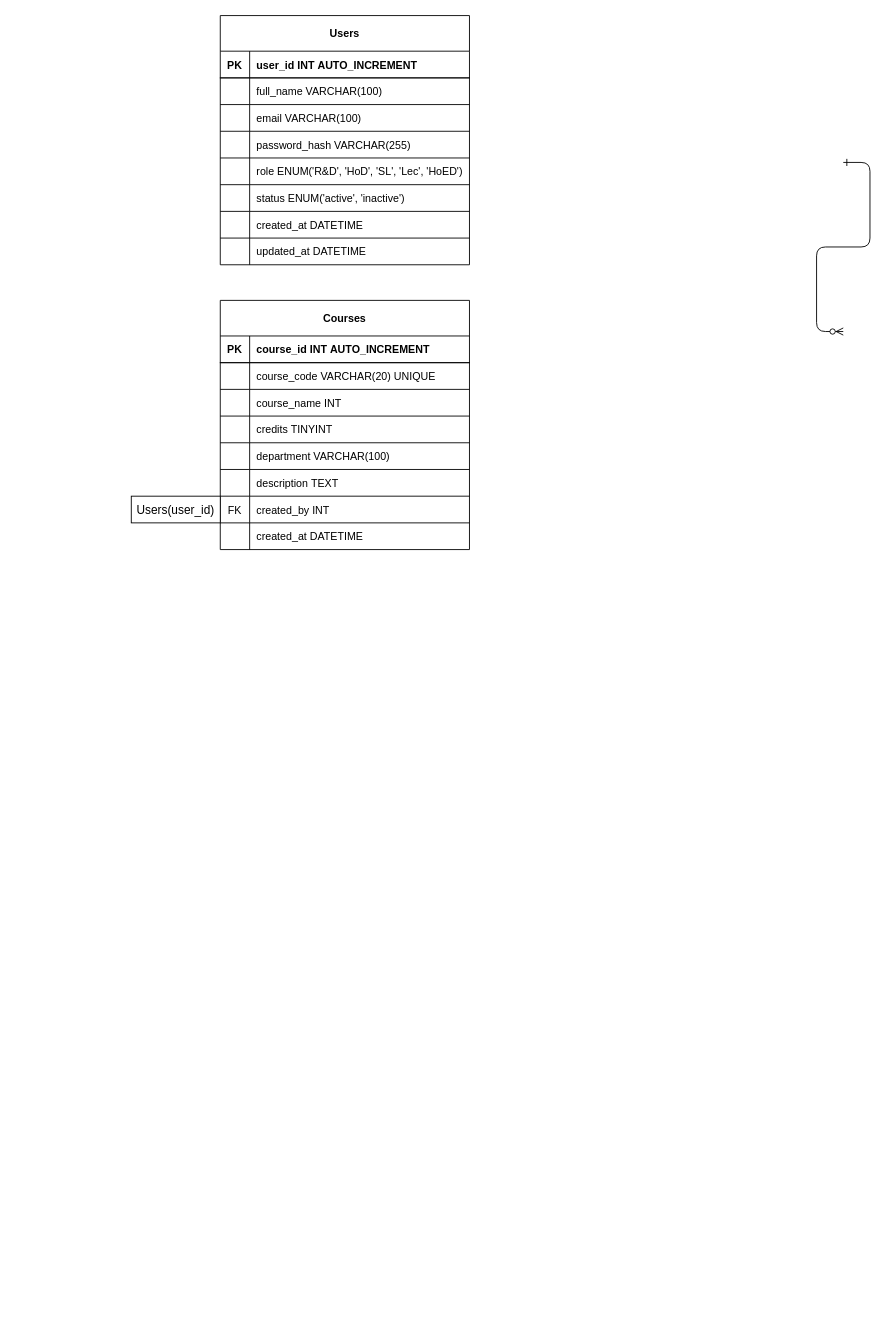
Above: docs/diagrams/ERD/ERD_QuizTest.drawio in HaojackYT/Question-Bank-Checking-Application-QuizClear (draw.io), before the change. Source tidied: cells renumbered, new cells numbered last; positions are measured from the earlier drawing's top-left corner, leaving out a move shared by most shapes. Both pictures are drawn from the tidied source at 89%, with x=0, y=0 at pixel (131, 15).
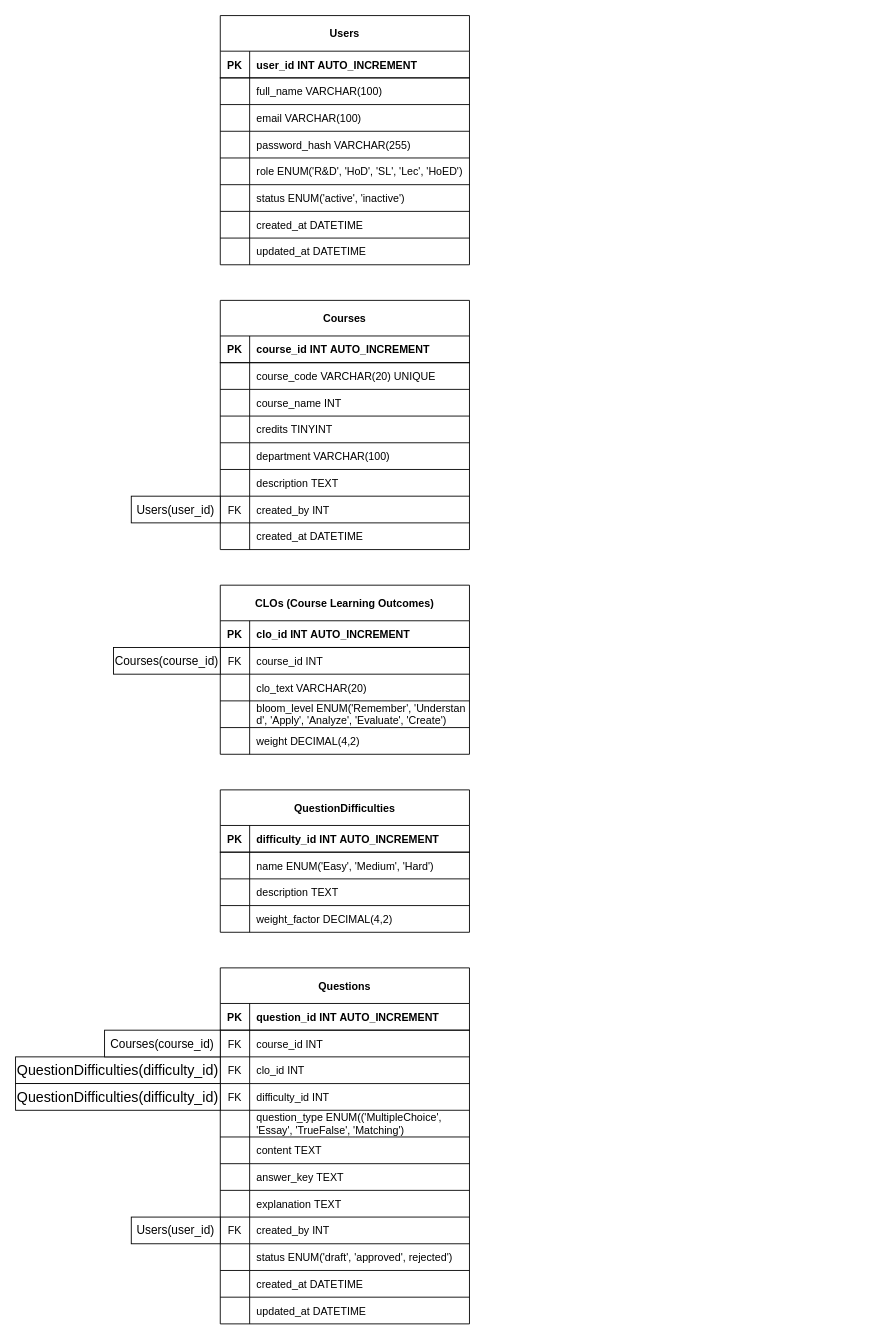
The same page after the edit.

Commit message:
Added entity CLOs, QuestionDifficulties, Questions

The edit, as a diff of the source:
```diff
@@
-    <mxCell id="2" style="edgeStyle=entityRelationEdgeStyle;endArrow=ERzeroToMany;startArrow=ERone;endFill=1;startFill=0;fontSize=12;" parent="1" edge="1">
-      <mxGeometry relative="1" as="geometry">
-        <mxPoint x="800" y="165" as="sourcePoint" />
-        <mxPoint x="800" y="355" as="targetPoint" />
-      </mxGeometry>
-    </mxCell>
@@
+    <mxCell id="54" value="CLOs (Course Learning Outcomes)" style="shape=table;startSize=40;childLayout=tableLayout;rowLines=1;fontStyle=1;align=center;swimlaneLine=1;fixDash=0;shadow=0;fontSize=12;" parent="1" vertex="1">
+      <mxGeometry x="100" y="640" width="280" height="190" as="geometry" />
+    </mxCell>
+    <mxCell id="55" style="shape=partialRectangle;fillColor=none;top=0;left=0;right=0;bottom=1;fixDash=0;shadow=0;fontSize=12;" parent="54" vertex="1">
+      <mxGeometry y="40" width="280" height="30" as="geometry" />
+    </mxCell>
+    <mxCell id="56" value="PK" style="shape=partialRectangle;overflow=hidden;fillColor=none;top=0;left=0;bottom=0;right=0;fontStyle=1;fixDash=0;shadow=0;fontSize=12;" parent="55" vertex="1">
+      <mxGeometry width="33" height="30" as="geometry" />
+    </mxCell>
+    <mxCell id="57" value="clo_id INT AUTO_INCREMENT" style="shape=partialRectangle;overflow=hidden;fillColor=none;top=0;left=0;bottom=0;right=0;align=left;spacingLeft=6;fontStyle=1;fixDash=0;shadow=0;fontSize=12;" parent="55" vertex="1">
+      <mxGeometry x="33" width="247" height="30" as="geometry" />
+    </mxCell>
+    <mxCell id="58" style="shape=partialRectangle;fillColor=none;top=0;left=0;right=0;bottom=0;fixDash=0;shadow=0;fontSize=12;" parent="54" vertex="1">
+      <mxGeometry y="70" width="280" height="30" as="geometry" />
+    </mxCell>
+    <mxCell id="59" value="FK" style="shape=partialRectangle;overflow=hidden;fillColor=none;top=0;left=0;bottom=0;right=0;fixDash=0;shadow=0;fontSize=12;" parent="58" vertex="1">
+      <mxGeometry width="33" height="30" as="geometry" />
+    </mxCell>
+    <mxCell id="60" value="course_id INT" style="shape=partialRectangle;overflow=hidden;fillColor=none;top=0;left=0;bottom=0;right=0;align=left;spacingLeft=6;fixDash=0;shadow=0;fontSize=12;" parent="58" vertex="1">
+      <mxGeometry x="33" width="247" height="30" as="geometry" />
+    </mxCell>
+    <mxCell id="61" style="shape=partialRectangle;fillColor=none;top=0;left=0;right=0;bottom=0;fixDash=0;shadow=0;fontSize=12;" parent="54" vertex="1">
+      <mxGeometry y="100" width="280" height="30" as="geometry" />
+    </mxCell>
+    <mxCell id="62" style="shape=partialRectangle;overflow=hidden;fillColor=none;top=0;left=0;bottom=0;right=0;fixDash=0;shadow=0;fontSize=12;" parent="61" vertex="1">
+      <mxGeometry width="33" height="30" as="geometry" />
+    </mxCell>
+    <mxCell id="63" value="clo_text VARCHAR(20)" style="shape=partialRectangle;overflow=hidden;fillColor=none;top=0;left=0;bottom=0;right=0;align=left;spacingLeft=6;fixDash=0;shadow=0;fontSize=12;" parent="61" vertex="1">
+      <mxGeometry x="33" width="247" height="30" as="geometry" />
+    </mxCell>
+    <mxCell id="64" style="shape=partialRectangle;fillColor=none;top=0;left=0;right=0;bottom=0;fixDash=0;shadow=0;fontSize=12;" parent="54" vertex="1">
+      <mxGeometry y="130" width="280" height="30" as="geometry" />
+    </mxCell>
+    <mxCell id="65" style="shape=partialRectangle;overflow=hidden;fillColor=none;top=0;left=0;bottom=0;right=0;fixDash=0;shadow=0;fontSize=12;" parent="64" vertex="1">
+      <mxGeometry width="33" height="30" as="geometry" />
+    </mxCell>
+    <mxCell id="66" value="bloom_level ENUM('Remember', 'Understan&#10;d', 'Apply', 'Analyze', 'Evaluate', 'Create')" style="shape=partialRectangle;overflow=hidden;fillColor=none;top=0;left=0;bottom=0;right=0;align=left;spacingLeft=6;fixDash=0;shadow=0;fontSize=12;" parent="64" vertex="1">
+      <mxGeometry x="33" width="247" height="30" as="geometry" />
+    </mxCell>
+    <mxCell id="67" style="shape=partialRectangle;fillColor=none;top=0;left=0;right=0;bottom=0;fixDash=0;shadow=0;fontSize=12;" parent="54" vertex="1">
+      <mxGeometry y="160" width="280" height="30" as="geometry" />
+    </mxCell>
+    <mxCell id="68" style="shape=partialRectangle;overflow=hidden;fillColor=none;top=0;left=0;bottom=0;right=0;fixDash=0;shadow=0;fontSize=12;" parent="67" vertex="1">
+      <mxGeometry width="33" height="30" as="geometry" />
+    </mxCell>
+    <mxCell id="69" value="weight DECIMAL(4,2)" style="shape=partialRectangle;overflow=hidden;fillColor=none;top=0;left=0;bottom=0;right=0;align=left;spacingLeft=6;fixDash=0;shadow=0;fontSize=12;" parent="67" vertex="1">
+      <mxGeometry x="33" width="247" height="30" as="geometry" />
+    </mxCell>
+    <mxCell id="70" value="&lt;span data-lucid-content=&quot;{&amp;quot;t&amp;quot;:&amp;quot;Courses(course_id)&amp;quot;,&amp;quot;m&amp;quot;:[{&amp;quot;s&amp;quot;:0,&amp;quot;n&amp;quot;:&amp;quot;a&amp;quot;,&amp;quot;v&amp;quot;:&amp;quot;center&amp;quot;},{&amp;quot;s&amp;quot;:0,&amp;quot;n&amp;quot;:&amp;quot;od&amp;quot;,&amp;quot;v&amp;quot;:1},{&amp;quot;s&amp;quot;:0,&amp;quot;n&amp;quot;:&amp;quot;p&amp;quot;,&amp;quot;v&amp;quot;:0.9583333333333333},{&amp;quot;s&amp;quot;:0,&amp;quot;n&amp;quot;:&amp;quot;fc&amp;quot;,&amp;quot;v&amp;quot;:&amp;quot;Regular&amp;quot;,&amp;quot;e&amp;quot;:18},{&amp;quot;s&amp;quot;:0,&amp;quot;n&amp;quot;:&amp;quot;fid&amp;quot;,&amp;quot;v&amp;quot;:947029,&amp;quot;e&amp;quot;:18},{&amp;quot;s&amp;quot;:0,&amp;quot;n&amp;quot;:&amp;quot;s&amp;quot;,&amp;quot;v&amp;quot;:17.77777777777778,&amp;quot;e&amp;quot;:18}]}&quot;&gt;&lt;span style=&quot;font-size:13.333333333333336px;&quot;&gt;Courses(course_id)&lt;/span&gt;&lt;/span&gt;" style="rounded=0;whiteSpace=wrap;html=1;" parent="1" vertex="1">
+      <mxGeometry x="-20" y="710" width="120" height="30" as="geometry" />
+    </mxCell>
+    <mxCell id="71" value="QuestionDifficulties" style="shape=table;startSize=40;childLayout=tableLayout;rowLines=1;fontStyle=1;align=center;swimlaneLine=1;fixDash=0;shadow=0;fontSize=12;" parent="1" vertex="1">
+      <mxGeometry x="100" y="870" width="280" height="160" as="geometry" />
+    </mxCell>
+    <mxCell id="72" style="shape=partialRectangle;fillColor=none;top=0;left=0;right=0;bottom=1;fixDash=0;shadow=0;fontSize=12;" parent="71" vertex="1">
+      <mxGeometry y="40" width="280" height="30" as="geometry" />
+    </mxCell>
+    <mxCell id="73" value="PK" style="shape=partialRectangle;overflow=hidden;fillColor=none;top=0;left=0;bottom=0;right=0;fontStyle=1;fixDash=0;shadow=0;fontSize=12;" parent="72" vertex="1">
+      <mxGeometry width="33" height="30" as="geometry" />
+    </mxCell>
+    <mxCell id="74" value="difficulty_id INT AUTO_INCREMENT" style="shape=partialRectangle;overflow=hidden;fillColor=none;top=0;left=0;bottom=0;right=0;align=left;spacingLeft=6;fontStyle=1;fixDash=0;shadow=0;fontSize=12;" parent="72" vertex="1">
+      <mxGeometry x="33" width="247" height="30" as="geometry" />
+    </mxCell>
+    <mxCell id="75" style="shape=partialRectangle;fillColor=none;top=0;left=0;right=0;bottom=0;fixDash=0;shadow=0;fontSize=12;" parent="71" vertex="1">
+      <mxGeometry y="70" width="280" height="30" as="geometry" />
+    </mxCell>
+    <mxCell id="76" style="shape=partialRectangle;overflow=hidden;fillColor=none;top=0;left=0;bottom=0;right=0;fixDash=0;shadow=0;fontSize=12;" parent="75" vertex="1">
+      <mxGeometry width="33" height="30" as="geometry" />
+    </mxCell>
+    <mxCell id="77" value="name ENUM('Easy', 'Medium', 'Hard')" style="shape=partialRectangle;overflow=hidden;fillColor=none;top=0;left=0;bottom=0;right=0;align=left;spacingLeft=6;fixDash=0;shadow=0;fontSize=12;" parent="75" vertex="1">
+      <mxGeometry x="33" width="247" height="30" as="geometry" />
+    </mxCell>
+    <mxCell id="78" style="shape=partialRectangle;fillColor=none;top=0;left=0;right=0;bottom=0;fixDash=0;shadow=0;fontSize=12;" parent="71" vertex="1">
+      <mxGeometry y="100" width="280" height="30" as="geometry" />
+    </mxCell>
+    <mxCell id="79" style="shape=partialRectangle;overflow=hidden;fillColor=none;top=0;left=0;bottom=0;right=0;fixDash=0;shadow=0;fontSize=12;" parent="78" vertex="1">
+      <mxGeometry width="33" height="30" as="geometry" />
+    </mxCell>
+    <mxCell id="80" value="description TEXT" style="shape=partialRectangle;overflow=hidden;fillColor=none;top=0;left=0;bottom=0;right=0;align=left;spacingLeft=6;fixDash=0;shadow=0;fontSize=12;" parent="78" vertex="1">
+      <mxGeometry x="33" width="247" height="30" as="geometry" />
+    </mxCell>
+    <mxCell id="81" style="shape=partialRectangle;fillColor=none;top=0;left=0;right=0;bottom=0;fixDash=0;shadow=0;fontSize=12;" parent="71" vertex="1">
+      <mxGeometry y="130" width="280" height="30" as="geometry" />
+    </mxCell>
+    <mxCell id="82" style="shape=partialRectangle;overflow=hidden;fillColor=none;top=0;left=0;bottom=0;right=0;fixDash=0;shadow=0;fontSize=12;" parent="81" vertex="1">
+      <mxGeometry width="33" height="30" as="geometry" />
+    </mxCell>
+    <mxCell id="83" value="weight_factor DECIMAL(4,2)" style="shape=partialRectangle;overflow=hidden;fillColor=none;top=0;left=0;bottom=0;right=0;align=left;spacingLeft=6;fixDash=0;shadow=0;fontSize=12;" parent="81" vertex="1">
+      <mxGeometry x="33" width="247" height="30" as="geometry" />
+    </mxCell>
+    <mxCell id="84" value="Questions" style="shape=table;startSize=40;childLayout=tableLayout;rowLines=1;fontStyle=1;align=center;swimlaneLine=1;fixDash=0;shadow=0;fontSize=12;" parent="1" vertex="1">
+      <mxGeometry x="100" y="1070" width="280" height="400" as="geometry" />
+    </mxCell>
+    <mxCell id="85" style="shape=partialRectangle;fillColor=none;top=0;left=0;right=0;bottom=1;fixDash=0;shadow=0;fontSize=12;" parent="84" vertex="1">
+      <mxGeometry y="40" width="280" height="30" as="geometry" />
+    </mxCell>
+    <mxCell id="86" value="PK" style="shape=partialRectangle;overflow=hidden;fillColor=none;top=0;left=0;bottom=0;right=0;fontStyle=1;fixDash=0;shadow=0;fontSize=12;" parent="85" vertex="1">
+      <mxGeometry width="33" height="30" as="geometry" />
+    </mxCell>
+    <mxCell id="87" value="question_id INT AUTO_INCREMENT" style="shape=partialRectangle;overflow=hidden;fillColor=none;top=0;left=0;bottom=0;right=0;align=left;spacingLeft=6;fontStyle=1;fixDash=0;shadow=0;fontSize=12;" parent="85" vertex="1">
+      <mxGeometry x="33" width="247" height="30" as="geometry" />
+    </mxCell>
+    <mxCell id="88" style="shape=partialRectangle;fillColor=none;top=0;left=0;right=0;bottom=0;fixDash=0;shadow=0;fontSize=12;" parent="84" vertex="1">
+      <mxGeometry y="70" width="280" height="30" as="geometry" />
+    </mxCell>
+    <mxCell id="89" value="FK" style="shape=partialRectangle;overflow=hidden;fillColor=none;top=0;left=0;bottom=0;right=0;fixDash=0;shadow=0;fontSize=12;" parent="88" vertex="1">
+      <mxGeometry width="33" height="30" as="geometry" />
+    </mxCell>
+    <mxCell id="90" value="course_id INT" style="shape=partialRectangle;overflow=hidden;fillColor=none;top=0;left=0;bottom=0;right=0;align=left;spacingLeft=6;fixDash=0;shadow=0;fontSize=12;" parent="88" vertex="1">
+      <mxGeometry x="33" width="247" height="30" as="geometry" />
+    </mxCell>
+    <mxCell id="91" style="shape=partialRectangle;fillColor=none;top=0;left=0;right=0;bottom=0;fixDash=0;shadow=0;fontSize=12;" parent="84" vertex="1">
+      <mxGeometry y="100" width="280" height="30" as="geometry" />
+    </mxCell>
+    <mxCell id="92" value="FK" style="shape=partialRectangle;overflow=hidden;fillColor=none;top=0;left=0;bottom=0;right=0;fixDash=0;shadow=0;fontSize=12;" parent="91" vertex="1">
+      <mxGeometry width="33" height="30" as="geometry" />
+    </mxCell>
+    <mxCell id="93" value="clo_id INT" style="shape=partialRectangle;overflow=hidden;fillColor=none;top=0;left=0;bottom=0;right=0;align=left;spacingLeft=6;fixDash=0;shadow=0;fontSize=12;" parent="91" vertex="1">
+      <mxGeometry x="33" width="247" height="30" as="geometry" />
+    </mxCell>
+    <mxCell id="94" style="shape=partialRectangle;fillColor=none;top=0;left=0;right=0;bottom=0;fixDash=0;shadow=0;fontSize=12;" parent="84" vertex="1">
+      <mxGeometry y="130" width="280" height="30" as="geometry" />
+    </mxCell>
+    <mxCell id="95" value="FK" style="shape=partialRectangle;overflow=hidden;fillColor=none;top=0;left=0;bottom=0;right=0;fixDash=0;shadow=0;fontSize=12;" parent="94" vertex="1">
+      <mxGeometry width="33" height="30" as="geometry" />
+    </mxCell>
+    <mxCell id="96" value="difficulty_id INT" style="shape=partialRectangle;overflow=hidden;fillColor=none;top=0;left=0;bottom=0;right=0;align=left;spacingLeft=6;fixDash=0;shadow=0;fontSize=12;" parent="94" vertex="1">
+      <mxGeometry x="33" width="247" height="30" as="geometry" />
+    </mxCell>
+    <mxCell id="97" style="shape=partialRectangle;fillColor=none;top=0;left=0;right=0;bottom=0;fixDash=0;shadow=0;fontSize=12;" parent="84" vertex="1">
+      <mxGeometry y="160" width="280" height="30" as="geometry" />
+    </mxCell>
+    <mxCell id="98" style="shape=partialRectangle;overflow=hidden;fillColor=none;top=0;left=0;bottom=0;right=0;fixDash=0;shadow=0;fontSize=12;" parent="97" vertex="1">
+      <mxGeometry width="33" height="30" as="geometry" />
+    </mxCell>
+    <mxCell id="99" value="question_type ENUM(('MultipleChoice',&#10;'Essay', 'TrueFalse', 'Matching')" style="shape=partialRectangle;overflow=hidden;fillColor=none;top=0;left=0;bottom=0;right=0;align=left;spacingLeft=6;fixDash=0;shadow=0;fontSize=12;" parent="97" vertex="1">
+      <mxGeometry x="33" width="247" height="30" as="geometry" />
+    </mxCell>
+    <mxCell id="100" style="shape=partialRectangle;fillColor=none;top=0;left=0;right=0;bottom=0;fixDash=0;shadow=0;fontSize=12;" parent="84" vertex="1">
+      <mxGeometry y="190" width="280" height="30" as="geometry" />
+    </mxCell>
+    <mxCell id="101" style="shape=partialRectangle;overflow=hidden;fillColor=none;top=0;left=0;bottom=0;right=0;fixDash=0;shadow=0;fontSize=12;" parent="100" vertex="1">
+      <mxGeometry width="33" height="30" as="geometry" />
+    </mxCell>
+    <mxCell id="102" value="content TEXT" style="shape=partialRectangle;overflow=hidden;fillColor=none;top=0;left=0;bottom=0;right=0;align=left;spacingLeft=6;fixDash=0;shadow=0;fontSize=12;" parent="100" vertex="1">
+      <mxGeometry x="33" width="247" height="30" as="geometry" />
+    </mxCell>
+    <mxCell id="103" style="shape=partialRectangle;fillColor=none;top=0;left=0;right=0;bottom=0;fixDash=0;shadow=0;fontSize=12;" parent="84" vertex="1">
+      <mxGeometry y="220" width="280" height="30" as="geometry" />
+    </mxCell>
+    <mxCell id="104" style="shape=partialRectangle;overflow=hidden;fillColor=none;top=0;left=0;bottom=0;right=0;fixDash=0;shadow=0;fontSize=12;" parent="103" vertex="1">
+      <mxGeometry width="33" height="30" as="geometry" />
+    </mxCell>
+    <mxCell id="105" value="answer_key TEXT" style="shape=partialRectangle;overflow=hidden;fillColor=none;top=0;left=0;bottom=0;right=0;align=left;spacingLeft=6;fixDash=0;shadow=0;fontSize=12;" parent="103" vertex="1">
+      <mxGeometry x="33" width="247" height="30" as="geometry" />
+    </mxCell>
+    <mxCell id="106" style="shape=partialRectangle;fillColor=none;top=0;left=0;right=0;bottom=0;fixDash=0;shadow=0;fontSize=12;" parent="84" vertex="1">
+      <mxGeometry y="250" width="280" height="30" as="geometry" />
+    </mxCell>
+    <mxCell id="107" style="shape=partialRectangle;overflow=hidden;fillColor=none;top=0;left=0;bottom=0;right=0;fixDash=0;shadow=0;fontSize=12;" parent="106" vertex="1">
+      <mxGeometry width="33" height="30" as="geometry" />
+    </mxCell>
+    <mxCell id="108" value="explanation TEXT" style="shape=partialRectangle;overflow=hidden;fillColor=none;top=0;left=0;bottom=0;right=0;align=left;spacingLeft=6;fixDash=0;shadow=0;fontSize=12;" parent="106" vertex="1">
+      <mxGeometry x="33" width="247" height="30" as="geometry" />
+    </mxCell>
+    <mxCell id="109" style="shape=partialRectangle;fillColor=none;top=0;left=0;right=0;bottom=0;fixDash=0;shadow=0;fontSize=12;" parent="84" vertex="1">
+      <mxGeometry y="280" width="280" height="30" as="geometry" />
+    </mxCell>
+    <mxCell id="110" value="FK" style="shape=partialRectangle;overflow=hidden;fillColor=none;top=0;left=0;bottom=0;right=0;fixDash=0;shadow=0;fontSize=12;" parent="109" vertex="1">
+      <mxGeometry width="33" height="30" as="geometry" />
+    </mxCell>
+    <mxCell id="111" value="created_by INT" style="shape=partialRectangle;overflow=hidden;fillColor=none;top=0;left=0;bottom=0;right=0;align=left;spacingLeft=6;fixDash=0;shadow=0;fontSize=12;" parent="109" vertex="1">
+      <mxGeometry x="33" width="247" height="30" as="geometry" />
+    </mxCell>
+    <mxCell id="112" style="shape=partialRectangle;fillColor=none;top=0;left=0;right=0;bottom=0;fixDash=0;shadow=0;fontSize=12;" parent="84" vertex="1">
+      <mxGeometry y="310" width="280" height="30" as="geometry" />
+    </mxCell>
+    <mxCell id="113" style="shape=partialRectangle;overflow=hidden;fillColor=none;top=0;left=0;bottom=0;right=0;fixDash=0;shadow=0;fontSize=12;" parent="112" vertex="1">
+      <mxGeometry width="33" height="30" as="geometry" />
+    </mxCell>
+    <mxCell id="114" value="status ENUM('draft', 'approved', rejected')" style="shape=partialRectangle;overflow=hidden;fillColor=none;top=0;left=0;bottom=0;right=0;align=left;spacingLeft=6;fixDash=0;shadow=0;fontSize=12;" parent="112" vertex="1">
+      <mxGeometry x="33" width="247" height="30" as="geometry" />
+    </mxCell>
+    <mxCell id="115" style="shape=partialRectangle;fillColor=none;top=0;left=0;right=0;bottom=0;fixDash=0;shadow=0;fontSize=12;" parent="84" vertex="1">
+      <mxGeometry y="340" width="280" height="30" as="geometry" />
+    </mxCell>
+    <mxCell id="116" style="shape=partialRectangle;overflow=hidden;fillColor=none;top=0;left=0;bottom=0;right=0;fixDash=0;shadow=0;fontSize=12;" parent="115" vertex="1">
+      <mxGeometry width="33" height="30" as="geometry" />
+    </mxCell>
+    <mxCell id="117" value="created_at DATETIME" style="shape=partialRectangle;overflow=hidden;fillColor=none;top=0;left=0;bottom=0;right=0;align=left;spacingLeft=6;fixDash=0;shadow=0;fontSize=12;" parent="115" vertex="1">
+      <mxGeometry x="33" width="247" height="30" as="geometry" />
+    </mxCell>
+    <mxCell id="118" style="shape=partialRectangle;fillColor=none;top=0;left=0;right=0;bottom=0;fixDash=0;shadow=0;fontSize=12;" parent="84" vertex="1">
+      <mxGeometry y="370" width="280" height="30" as="geometry" />
+    </mxCell>
+    <mxCell id="119" style="shape=partialRectangle;overflow=hidden;fillColor=none;top=0;left=0;bottom=0;right=0;fixDash=0;shadow=0;fontSize=12;" parent="118" vertex="1">
+      <mxGeometry width="33" height="30" as="geometry" />
+    </mxCell>
+    <mxCell id="120" value="updated_at DATETIME" style="shape=partialRectangle;overflow=hidden;fillColor=none;top=0;left=0;bottom=0;right=0;align=left;spacingLeft=6;fixDash=0;shadow=0;fontSize=12;" parent="118" vertex="1">
+      <mxGeometry x="33" width="247" height="30" as="geometry" />
+    </mxCell>
+    <mxCell id="121" value="&lt;span data-lucid-content=&quot;{&amp;quot;t&amp;quot;:&amp;quot;QuestionDifficulties(difficulty_id)&amp;quot;,&amp;quot;m&amp;quot;:[{&amp;quot;s&amp;quot;:0,&amp;quot;n&amp;quot;:&amp;quot;a&amp;quot;,&amp;quot;v&amp;quot;:&amp;quot;center&amp;quot;},{&amp;quot;s&amp;quot;:0,&amp;quot;n&amp;quot;:&amp;quot;p&amp;quot;,&amp;quot;v&amp;quot;:1.2},{&amp;quot;s&amp;quot;:0,&amp;quot;n&amp;quot;:&amp;quot;s&amp;quot;,&amp;quot;v&amp;quot;:21.333333333333336,&amp;quot;e&amp;quot;:35}]}&quot;&gt;&lt;span style=&quot;font-size:16.000000000000004px;&quot;&gt;QuestionDifficulties(difficulty_id)&lt;/span&gt;&lt;/span&gt;" style="rounded=0;whiteSpace=wrap;html=1;" parent="1" vertex="1">
+      <mxGeometry x="-130" y="1170" width="230" height="30" as="geometry" />
+    </mxCell>
+    <mxCell id="122" value="&lt;span data-lucid-content=&quot;{&amp;quot;t&amp;quot;:&amp;quot;QuestionDifficulties(difficulty_id)&amp;quot;,&amp;quot;m&amp;quot;:[{&amp;quot;s&amp;quot;:0,&amp;quot;n&amp;quot;:&amp;quot;a&amp;quot;,&amp;quot;v&amp;quot;:&amp;quot;center&amp;quot;},{&amp;quot;s&amp;quot;:0,&amp;quot;n&amp;quot;:&amp;quot;p&amp;quot;,&amp;quot;v&amp;quot;:1.2},{&amp;quot;s&amp;quot;:0,&amp;quot;n&amp;quot;:&amp;quot;s&amp;quot;,&amp;quot;v&amp;quot;:21.333333333333336,&amp;quot;e&amp;quot;:35}]}&quot;&gt;&lt;span style=&quot;font-size:16.000000000000004px;&quot;&gt;QuestionDifficulties(difficulty_id)&lt;/span&gt;&lt;/span&gt;" style="rounded=0;whiteSpace=wrap;html=1;" parent="1" vertex="1">
+      <mxGeometry x="-130" y="1200" width="230" height="30" as="geometry" />
+    </mxCell>
+    <mxCell id="123" value="&lt;span data-lucid-content=&quot;{&amp;quot;t&amp;quot;:&amp;quot;Users(user_id)&amp;quot;,&amp;quot;m&amp;quot;:[{&amp;quot;s&amp;quot;:0,&amp;quot;n&amp;quot;:&amp;quot;a&amp;quot;,&amp;quot;v&amp;quot;:&amp;quot;center&amp;quot;},{&amp;quot;s&amp;quot;:0,&amp;quot;n&amp;quot;:&amp;quot;p&amp;quot;,&amp;quot;v&amp;quot;:1.2},{&amp;quot;s&amp;quot;:0,&amp;quot;n&amp;quot;:&amp;quot;fc&amp;quot;,&amp;quot;v&amp;quot;:&amp;quot;Regular&amp;quot;,&amp;quot;e&amp;quot;:14},{&amp;quot;s&amp;quot;:0,&amp;quot;n&amp;quot;:&amp;quot;fid&amp;quot;,&amp;quot;v&amp;quot;:947029,&amp;quot;e&amp;quot;:14},{&amp;quot;s&amp;quot;:0,&amp;quot;n&amp;quot;:&amp;quot;fsp&amp;quot;,&amp;quot;v&amp;quot;:&amp;quot;ss_presetShapeStyle1_textStyle&amp;quot;,&amp;quot;e&amp;quot;:14},{&amp;quot;s&amp;quot;:0,&amp;quot;n&amp;quot;:&amp;quot;s&amp;quot;,&amp;quot;v&amp;quot;:17.77777777777778,&amp;quot;e&amp;quot;:14}]}&quot;&gt;&lt;span style=&quot;font-size:13.333333333333336px;&quot;&gt;Users(user_id)&lt;/span&gt;&lt;/span&gt;" style="rounded=0;whiteSpace=wrap;html=1;" parent="1" vertex="1">
+      <mxGeometry y="1350" width="100" height="30" as="geometry" />
+    </mxCell>
+    <mxCell id="124" value="&lt;span style=&quot;font-size: 13.3333px;&quot;&gt;Courses(course_id)&lt;/span&gt;" style="rounded=0;whiteSpace=wrap;html=1;" parent="1" vertex="1">
+      <mxGeometry x="-30" y="1140" width="130" height="30" as="geometry" />
+    </mxCell>
```
